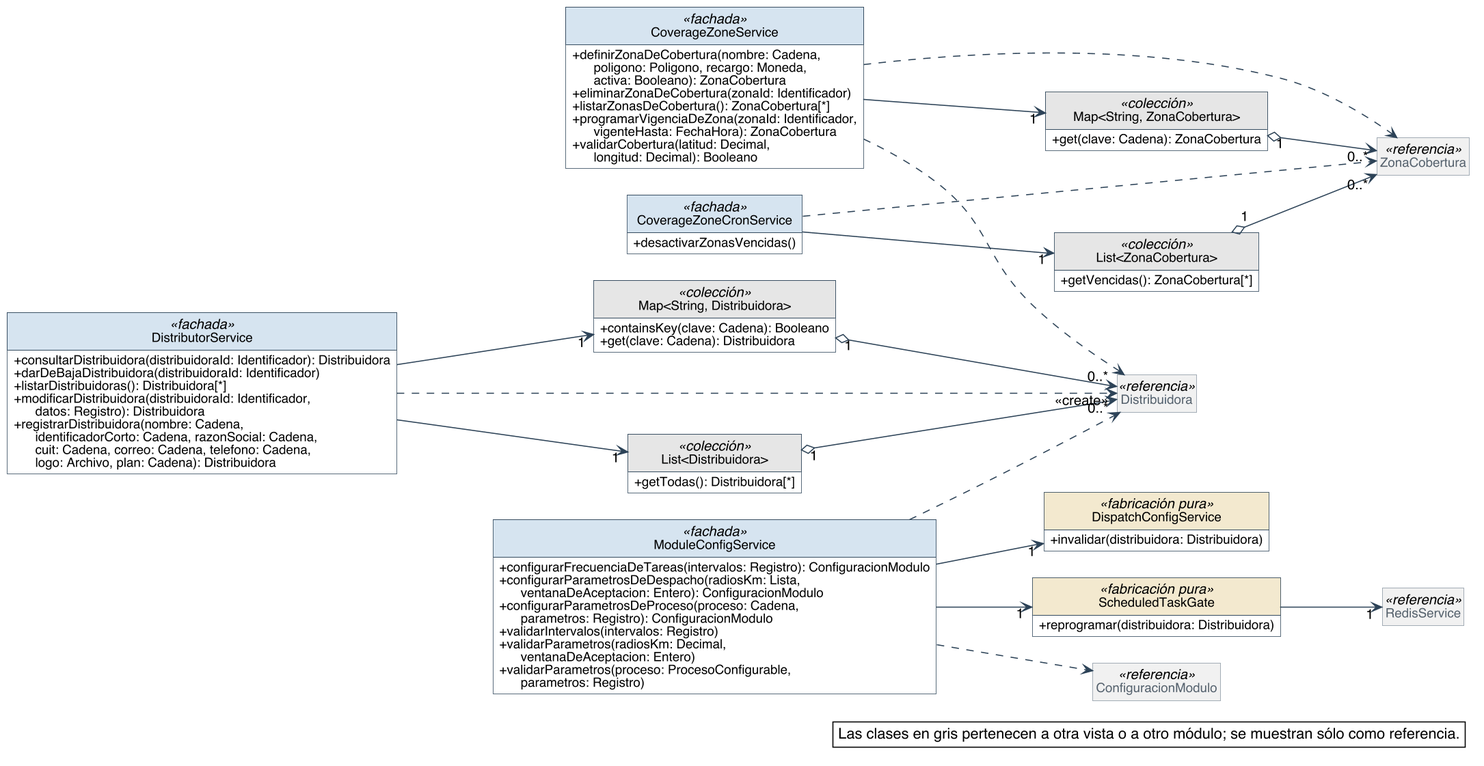
Above: diagramas/clases-diseno/DC_Mod_Cobertura-y-distribuidoras.png in Nahuelito-Dev/splg-docs (PlantUML), before the change.
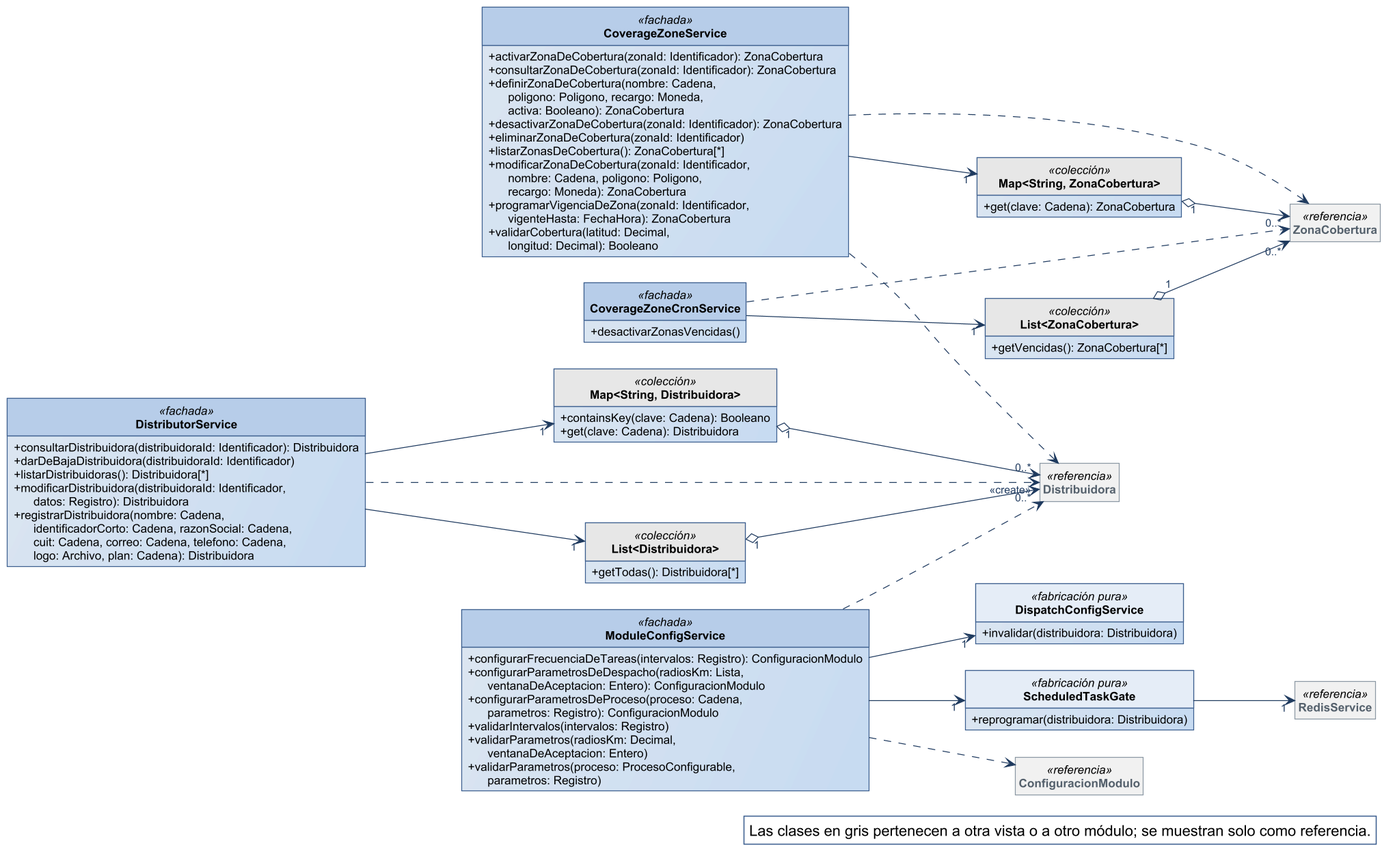
After the change.

What changed in the source:
```diff
@@ -1,59 +1,29 @@
 @startuml
-skinparam backgroundColor #FFFFFF
-skinparam shadowing false
-skinparam defaultFontName Helvetica
-skinparam defaultFontSize 13
-skinparam dpi 150
+!include ../estilo-vp.iuml
 skinparam nodesep 40
 skinparam ranksep 55
-skinparam classAttributeIconSize 0
-skinparam roundCorner 0
 skinparam genericDisplay old
-skinparam class {
-  BorderColor #2C4257
-  BackgroundColor #FFFFFF
-  ArrowColor #2C4257
-  FontSize 14
-  AttributeFontSize 12
-  HeaderBackgroundColor #E8EEF3
-}
 skinparam class<<referencia>> {
   BackgroundColor #F1F1F1
   BorderColor #8A97A3
   FontColor #55616C
 }
 skinparam class<<fachada>> {
-  HeaderBackgroundColor #D6E4F0
+  HeaderBackgroundColor #B7CDE8
 }
 skinparam class<<controlador>> {
-  HeaderBackgroundColor #D6E4F0
+  HeaderBackgroundColor #B7CDE8
 }
 skinparam class<<fabricación pura>> {
-  HeaderBackgroundColor #F3E9CF
+  HeaderBackgroundColor #E4ECF6
 }
 skinparam class<<colección>> {
   HeaderBackgroundColor #E6E6E6
 }
 skinparam class<<adaptador>> {
-  HeaderBackgroundColor #DCEBDD
-}
-skinparam interface {
-  BorderColor #2C4257
-  BackgroundColor #FFFFFF
-  HeaderBackgroundColor #DCEBDD
-  FontSize 14
-  AttributeFontSize 12
-}
-skinparam note {
-  BackgroundColor #FFFFFF
-  BorderColor #2C4257
+  HeaderBackgroundColor #D5E3F3
 }
 skinparam packageStyle rectangle
-skinparam package {
-  BorderColor #8A97A3
-  FontSize 13
-  FontColor #55616C
-}
 hide circle
 hide empty members
 
@@ -61,9 +31,13 @@
 skinparam nodesep 25
 skinparam ranksep 90
 class CoverageZoneService <<fachada>> {
+  + activarZonaDeCobertura(zonaId: Identificador): ZonaCobertura
+  + consultarZonaDeCobertura(zonaId: Identificador): ZonaCobertura
   + definirZonaDeCobertura(nombre: Cadena,\n      poligono: Poligono, recargo: Moneda,\n      activa: Booleano): ZonaCobertura
+  + desactivarZonaDeCobertura(zonaId: Identificador): ZonaCobertura
   + eliminarZonaDeCobertura(zonaId: Identificador)
   + listarZonasDeCobertura(): ZonaCobertura[*]
+  + modificarZonaDeCobertura(zonaId: Identificador,\n      nombre: Cadena, poligono: Poligono,\n      recargo: Moneda): ZonaCobertura
   + programarVigenciaDeZona(zonaId: Identificador,\n      vigenteHasta: FechaHora): ZonaCobertura
   + validarCobertura(latitud: Decimal,\n      longitud: Decimal): Booleano
 }
@@ -128,6 +102,6 @@
 ModuleConfigService ..> Distribuidora
 
 legend bottom right
-  Las clases en gris pertenecen a otra vista o a otro módulo; se muestran sólo como referencia.
+  Las clases en gris pertenecen a otra vista o a otro módulo; se muestran solo como referencia.
 endlegend
 @enduml
```
